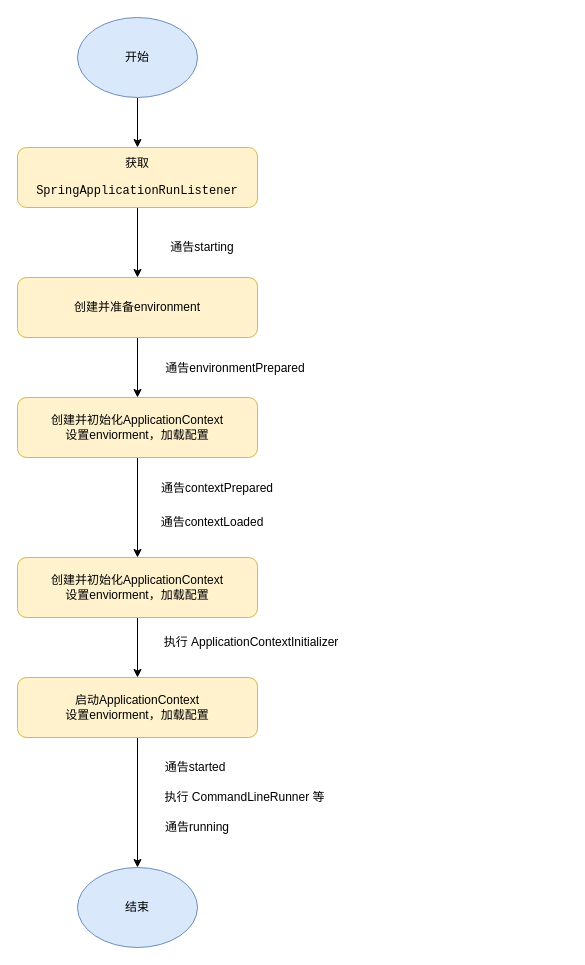
This is spring/spring boot启动-2.drawio from erlieStar/diagrams, a draw.io file, before an edit. Source tidied: cells renumbered, new cells numbered last; positions are measured from the earlier drawing's top-left corner, leaving out a move shared by most shapes. Both pictures are drawn from the tidied source at 100%, with x=0, y=0 at pixel (17, 17).
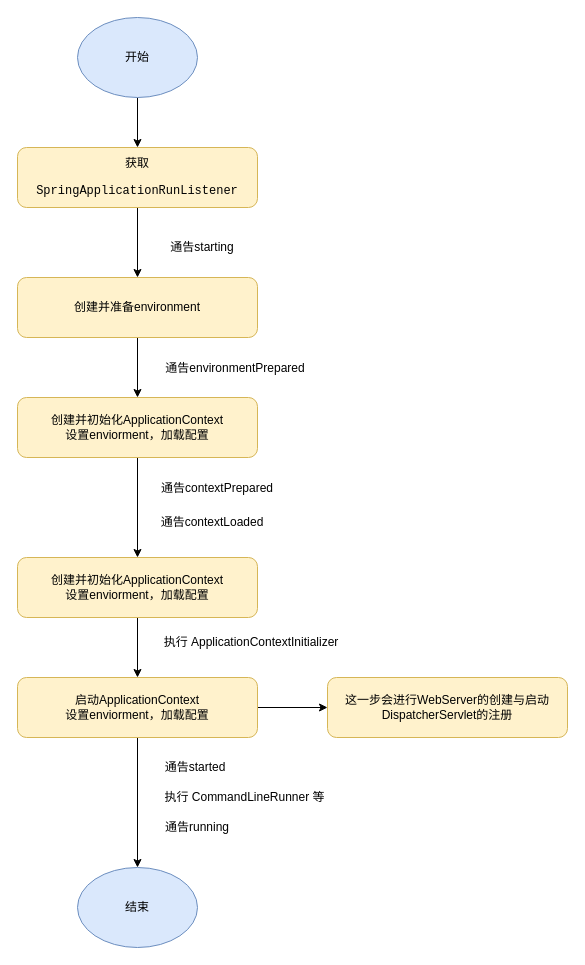
Above is the later version.

The change refers to these unchanged cells:
```xml
<mxCell id="14" value="启动ApplicationContext&lt;br&gt;设置enviorment，加载配置" style="rounded=1;whiteSpace=wrap;html=1;fillColor=#fff2cc;strokeColor=#d6b656;" parent="1" vertex="1">
  <mxGeometry y="660" width="240" height="60" as="geometry" />
</mxCell>
```

What changed in the source:
```diff
@@
+    <mxCell id="23" style="edgeStyle=orthogonalEdgeStyle;rounded=0;jettySize=auto;html=1;exitX=1;exitY=0.5;exitDx=0;exitDy=0;entryX=0;entryY=0.5;entryDx=0;entryDy=0;" parent="1" edge="1" source="14" target="24">
+      <mxGeometry relative="1" as="geometry" />
+    </mxCell>
@@
+    <mxCell id="24" value="这一步会进行WebServer的创建与启动&lt;br&gt;DispatcherServlet的注册" style="rounded=1;whiteSpace=wrap;html=1;fillColor=#fff2cc;strokeColor=#d6b656;" parent="1" vertex="1">
+      <mxGeometry x="310" y="660" width="240" height="60" as="geometry" />
+    </mxCell>
```
